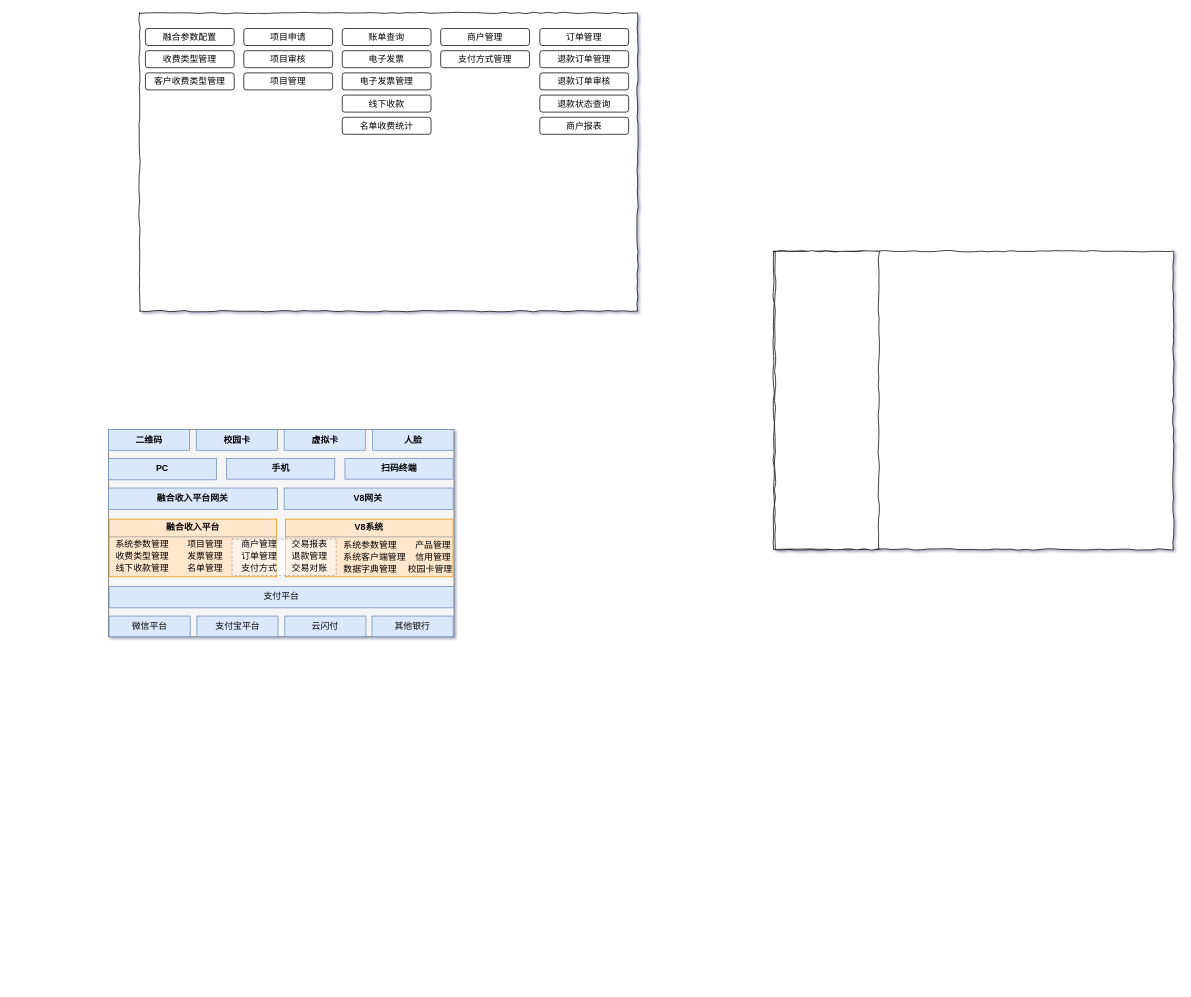
Above: v8+融合收入.drawio in ifelsewang/draw (draw.io), before the change. Source tidied: cells renumbered, new cells numbered last; positions are measured from the earlier drawing's top-left corner, leaving out a move shared by most shapes. Both pictures are drawn from the tidied source at 74%, with x=0, y=0 at pixel (108, 13).
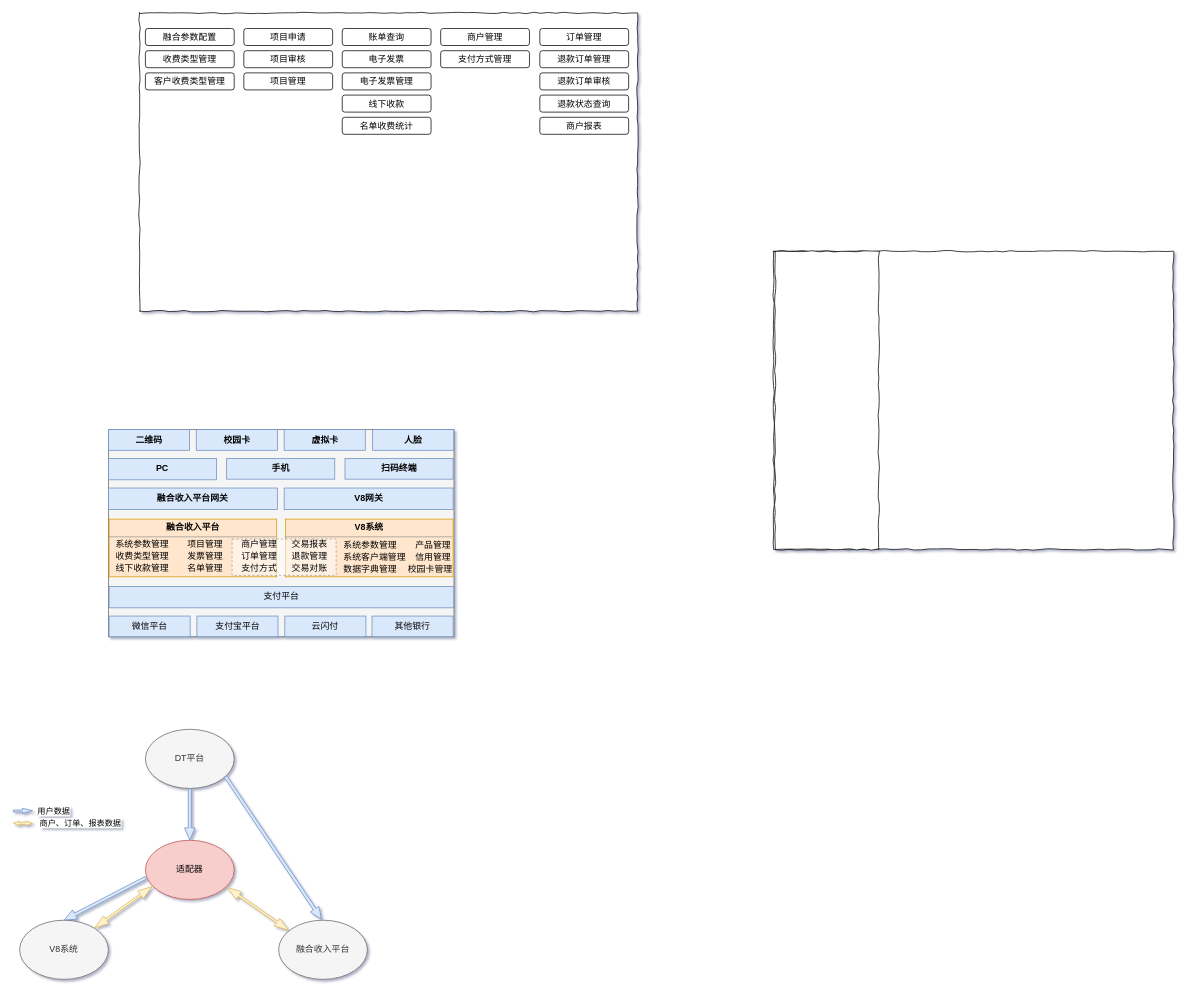
Above is the later version.

Commit message (it also covers changes not shown here):
更新v8+融合收入.drawio

Change to the diagram source:
```diff
@@
+    <mxCell id="60" style="group;" parent="1" vertex="1">
+      <mxGeometry x="-129" y="968" width="479" height="338" as="geometry" />
+    </mxCell>
+    <mxCell id="61" value="适配器" style="ellipse;whiteSpace=wrap;html=1;rounded=0;comic=0;jiggle=2;strokeWidth=1;align=center;fillColor=#f8cecc;strokeColor=#b85450;" parent="60" vertex="1">
+      <mxGeometry x="179" y="150" width="120" height="80" as="geometry" />
+    </mxCell>
+    <mxCell id="62" value="DT平台" style="ellipse;whiteSpace=wrap;html=1;rounded=0;comic=0;jiggle=2;strokeWidth=1;align=center;fillColor=#f5f5f5;strokeColor=#666666;fontColor=#333333;" parent="60" vertex="1">
+      <mxGeometry x="179" width="120" height="80" as="geometry" />
+    </mxCell>
+    <mxCell id="63" value="V8系统" style="ellipse;whiteSpace=wrap;html=1;rounded=0;comic=0;jiggle=2;strokeWidth=1;align=center;fillColor=#f5f5f5;strokeColor=#666666;fontColor=#333333;" parent="60" vertex="1">
+      <mxGeometry x="9" y="258" width="120" height="80" as="geometry" />
+    </mxCell>
+    <mxCell id="64" value="融合收入平台" style="ellipse;whiteSpace=wrap;html=1;rounded=0;comic=0;jiggle=2;strokeWidth=1;align=center;fillColor=#f5f5f5;strokeColor=#666666;fontColor=#333333;" parent="60" vertex="1">
+      <mxGeometry x="359" y="258" width="120" height="80" as="geometry" />
+    </mxCell>
+    <mxCell id="65" style="shape=flexArrow;endArrow=classic;startArrow=classic;html=1;entryX=0.917;entryY=0.793;entryDx=0;entryDy=0;entryPerimeter=0;exitX=0.116;exitY=0.173;exitDx=0;exitDy=0;exitPerimeter=0;width=2.857142857142857;startSize=6.0685714285714285;endWidth=8.653061224489795;endSize=6.0685714285714285;startWidth=8.653061224489795;fillColor=#fff2cc;strokeColor=#d6b656;" parent="60" edge="1" source="64" target="61">
+      <mxGeometry relative="1" as="geometry" />
+    </mxCell>
+    <mxCell id="66" style="shape=flexArrow;endArrow=classic;startArrow=classic;html=1;entryX=0.079;entryY=0.777;entryDx=0;entryDy=0;entryPerimeter=0;width=2.857142857142857;startSize=6.0685714285714285;endWidth=8.653061224489795;endSize=6.0685714285714285;startWidth=8.653061224489795;fillColor=#fff2cc;strokeColor=#d6b656;" parent="60" edge="1" source="63" target="61">
+      <mxGeometry relative="1" as="geometry" />
+    </mxCell>
+    <mxCell id="67" style="shape=flexArrow;endArrow=classic;html=1;entryX=0.5;entryY=0;entryDx=0;entryDy=0;endWidth=9.142857142857142;endSize=5.08;width=4;exitX=0.5;exitY=1;exitDx=0;exitDy=0;fillColor=#dae8fc;strokeColor=#6c8ebf;" parent="60" edge="1" source="62" target="61">
+      <mxGeometry relative="1" as="geometry" />
+    </mxCell>
+    <mxCell id="68" style="shape=flexArrow;endArrow=classic;html=1;exitX=0.901;exitY=0.795;exitDx=0;exitDy=0;exitPerimeter=0;endWidth=9.142857142857142;endSize=5.08;width=4;fillColor=#dae8fc;strokeColor=#6c8ebf;" parent="60" edge="1" source="62">
+      <mxGeometry relative="1" as="geometry">
+        <mxPoint x="417" y="257" as="targetPoint" />
+      </mxGeometry>
+    </mxCell>
+    <mxCell id="69" style="shape=flexArrow;endArrow=classic;html=1;entryX=0.5;entryY=0;entryDx=0;entryDy=0;endWidth=9.142857142857142;endSize=5.08;width=4;exitX=0.008;exitY=0.631;exitDx=0;exitDy=0;fillColor=#dae8fc;strokeColor=#6c8ebf;exitPerimeter=0;" parent="60" edge="1" source="61" target="63">
+      <mxGeometry relative="1" as="geometry" />
+    </mxCell>
+    <mxCell id="70" style="shape=flexArrow;endArrow=classic;html=1;endWidth=3.4547346514047863;endSize=4.195161290322581;width=2.5806451612903225;fillColor=#dae8fc;strokeColor=#6c8ebf;" parent="60" edge="1">
+      <mxGeometry relative="1" as="geometry">
+        <mxPoint y="110.5" as="sourcePoint" />
+        <mxPoint x="27" y="110" as="targetPoint" />
+      </mxGeometry>
+    </mxCell>
+    <mxCell id="71" value="用户数据" style="edgeLabel;html=1;align=center;verticalAlign=middle;" parent="70" vertex="1">
+      <mxGeometry x="-0.14" y="-2" relative="1" as="geometry">
+        <mxPoint x="42" y="-2" as="offset" />
+      </mxGeometry>
+    </mxCell>
+    <mxCell id="72" style="shape=flexArrow;endArrow=classic;startArrow=classic;html=1;width=2.857142857142857;startSize=2.3209677419354837;endWidth=2.1198156682027647;endSize=2.7241935483870967;startWidth=2.1198156682027647;fillColor=#fff2cc;strokeColor=#d6b656;" parent="60" edge="1">
+      <mxGeometry relative="1" as="geometry">
+        <mxPoint y="127" as="sourcePoint" />
+        <mxPoint x="27" y="127" as="targetPoint" />
+      </mxGeometry>
+    </mxCell>
+    <mxCell id="73" value="商户、订单、报表数据" style="edgeLabel;html=1;align=center;verticalAlign=middle;" parent="72" vertex="1">
+      <mxGeometry x="0.12" relative="1" as="geometry">
+        <mxPoint x="75" y="-1" as="offset" />
+      </mxGeometry>
+    </mxCell>
```
